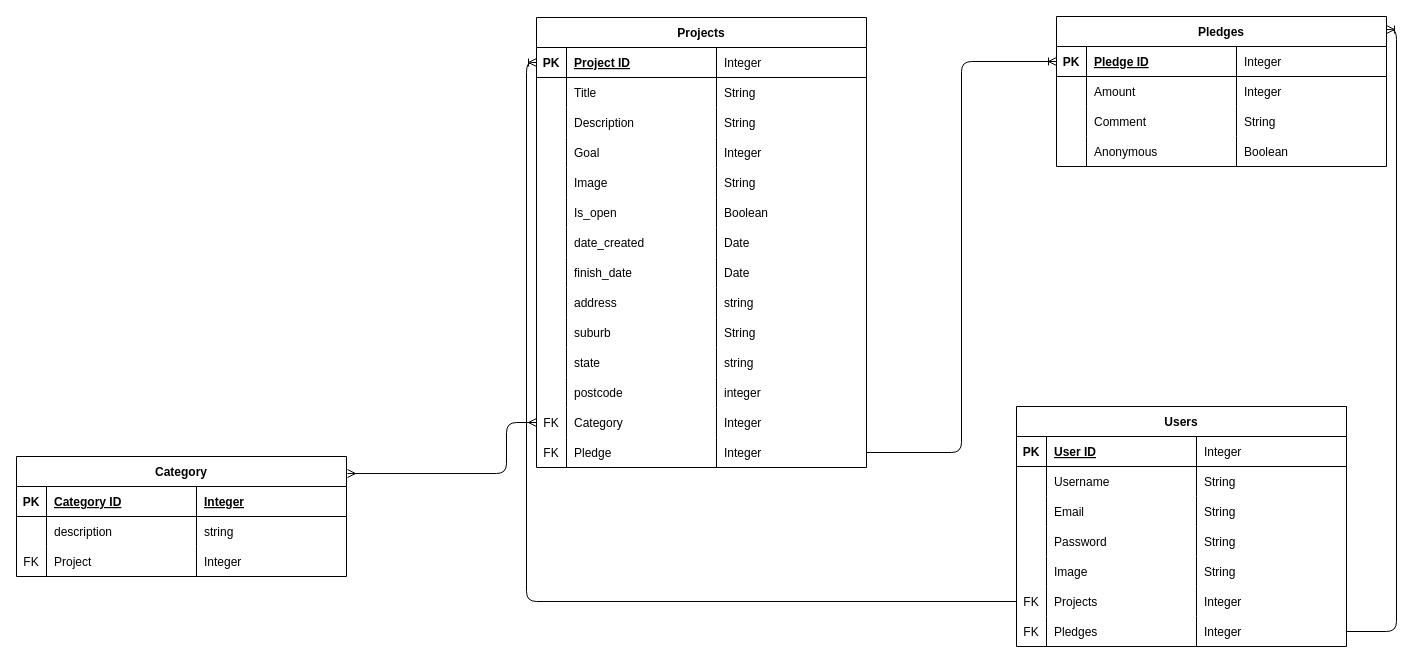
Earlier version of the draw.io diagram crowdfunding/sprout.drawio (ambo-n/crowdfunding_back_end). Source tidied: cells renumbered, new cells numbered last; positions are measured from the earlier drawing's top-left corner, leaving out a move shared by most shapes. Both pictures are drawn from the tidied source at 100%, with x=0, y=0 at pixel (16, 16).
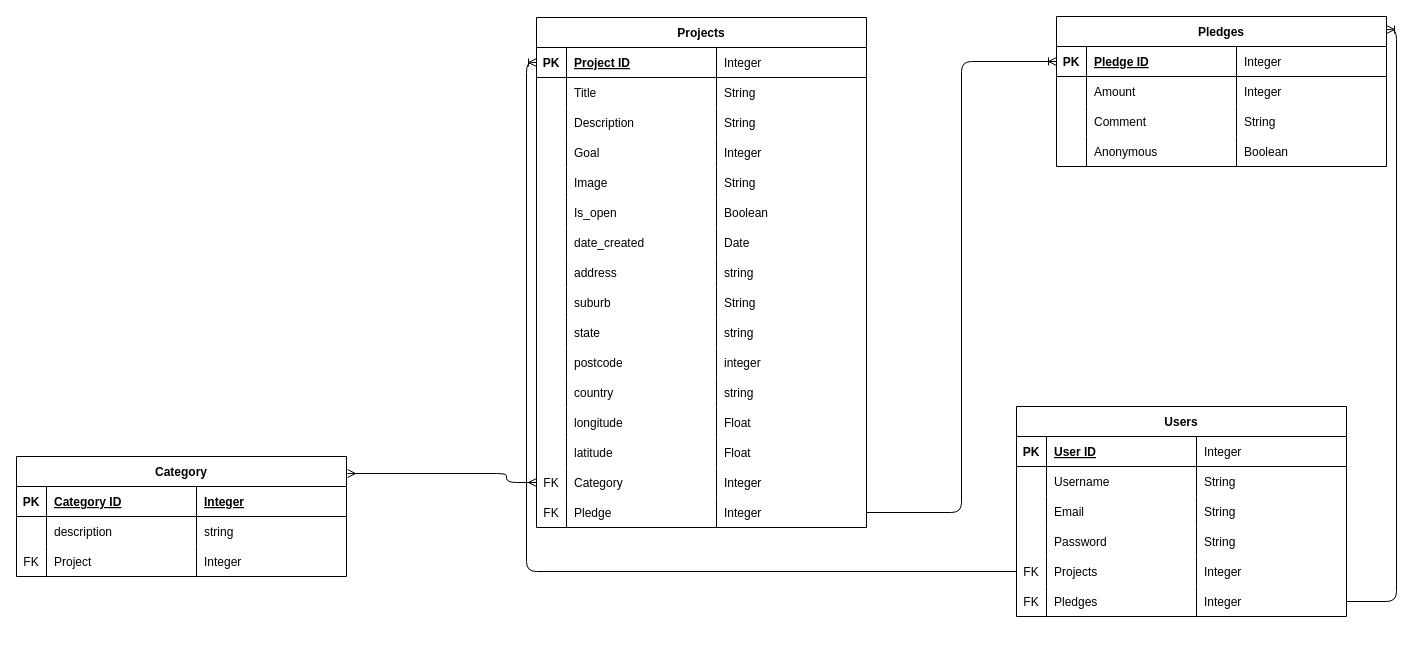
Above is the later version.

The edit, as a diff of the source:
```diff
@@
     <mxCell id="2" value="Projects" style="shape=table;startSize=30;childLayout=tableLayout;rowLines=0;fontStyle=1;align=center;" parent="1" vertex="1">
-      <mxGeometry x="520" y="1" width="330" height="450" as="geometry" />
+      <mxGeometry x="520" y="1" width="330" height="510" as="geometry" />
     </mxCell>
@@
-    <mxCell id="31" style="shape=tableRow;horizontal=0;startSize=0;swimlaneHead=0;swimlaneBody=0;fillColor=none;top=0;left=0;right=0;bottom=0;" parent="2" vertex="1">
-      <mxGeometry y="240" width="330" height="30" as="geometry" />
-    </mxCell>
-    <mxCell id="32" style="shape=partialRectangle;fillColor=none;top=0;left=0;bottom=0;right=0;overflow=hidden;" parent="31" vertex="1">
-      <mxGeometry width="30" height="30" as="geometry" />
-    </mxCell>
-    <mxCell id="33" value="finish_date" style="shape=partialRectangle;fillColor=none;top=0;left=0;bottom=0;right=0;align=left;spacingLeft=6;overflow=hidden;" parent="31" vertex="1">
-      <mxGeometry x="30" width="150" height="30" as="geometry" />
-    </mxCell>
-    <mxCell id="34" value="Date" style="shape=partialRectangle;fillColor=none;top=0;left=0;bottom=0;right=0;align=left;spacingLeft=6;overflow=hidden;" parent="31" vertex="1">
-      <mxGeometry x="180" width="150" height="30" as="geometry" />
-    </mxCell>
     <mxCell id="35" style="shape=tableRow;horizontal=0;startSize=0;swimlaneHead=0;swimlaneBody=0;fillColor=none;top=0;left=0;right=0;bottom=0;" parent="2" vertex="1">
-      <mxGeometry y="270" width="330" height="30" as="geometry" />
+      <mxGeometry y="240" width="330" height="30" as="geometry" />
     </mxCell>
@@
     <mxCell id="39" style="shape=tableRow;horizontal=0;startSize=0;swimlaneHead=0;swimlaneBody=0;fillColor=none;top=0;left=0;right=0;bottom=0;" parent="2" vertex="1">
-      <mxGeometry y="300" width="330" height="30" as="geometry" />
+      <mxGeometry y="270" width="330" height="30" as="geometry" />
     </mxCell>
@@
     <mxCell id="43" style="shape=tableRow;horizontal=0;startSize=0;swimlaneHead=0;swimlaneBody=0;fillColor=none;top=0;left=0;right=0;bottom=0;" parent="2" vertex="1">
-      <mxGeometry y="330" width="330" height="30" as="geometry" />
+      <mxGeometry y="300" width="330" height="30" as="geometry" />
     </mxCell>
@@
     <mxCell id="47" style="shape=tableRow;horizontal=0;startSize=0;swimlaneHead=0;swimlaneBody=0;fillColor=none;top=0;left=0;right=0;bottom=0;" parent="2" vertex="1">
-      <mxGeometry y="360" width="330" height="30" as="geometry" />
+      <mxGeometry y="330" width="330" height="30" as="geometry" />
     </mxCell>
@@
+    <mxCell id="122" style="shape=tableRow;horizontal=0;startSize=0;swimlaneHead=0;swimlaneBody=0;fillColor=none;top=0;left=0;right=0;bottom=0;" parent="2" vertex="1">
+      <mxGeometry y="360" width="330" height="30" as="geometry" />
+    </mxCell>
+    <mxCell id="123" style="shape=partialRectangle;fillColor=none;top=0;left=0;bottom=0;right=0;overflow=hidden;" parent="122" vertex="1">
+      <mxGeometry width="30" height="30" as="geometry" />
+    </mxCell>
+    <mxCell id="124" value="country" style="shape=partialRectangle;fillColor=none;top=0;left=0;bottom=0;right=0;align=left;spacingLeft=6;overflow=hidden;" parent="122" vertex="1">
+      <mxGeometry x="30" width="150" height="30" as="geometry" />
+    </mxCell>
+    <mxCell id="125" value="string" style="shape=partialRectangle;fillColor=none;top=0;left=0;bottom=0;right=0;align=left;spacingLeft=6;overflow=hidden;" parent="122" vertex="1">
+      <mxGeometry x="180" width="150" height="30" as="geometry" />
+    </mxCell>
+    <mxCell id="126" style="shape=tableRow;horizontal=0;startSize=0;swimlaneHead=0;swimlaneBody=0;fillColor=none;top=0;left=0;right=0;bottom=0;" parent="2" vertex="1">
+      <mxGeometry y="390" width="330" height="30" as="geometry" />
+    </mxCell>
+    <mxCell id="127" style="shape=partialRectangle;fillColor=none;top=0;left=0;bottom=0;right=0;overflow=hidden;" parent="126" vertex="1">
+      <mxGeometry width="30" height="30" as="geometry" />
+    </mxCell>
+    <mxCell id="128" value="longitude" style="shape=partialRectangle;fillColor=none;top=0;left=0;bottom=0;right=0;align=left;spacingLeft=6;overflow=hidden;" parent="126" vertex="1">
+      <mxGeometry x="30" width="150" height="30" as="geometry" />
+    </mxCell>
+    <mxCell id="129" value="Float" style="shape=partialRectangle;fillColor=none;top=0;left=0;bottom=0;right=0;align=left;spacingLeft=6;overflow=hidden;" parent="126" vertex="1">
+      <mxGeometry x="180" width="150" height="30" as="geometry" />
+    </mxCell>
+    <mxCell id="130" style="shape=tableRow;horizontal=0;startSize=0;swimlaneHead=0;swimlaneBody=0;fillColor=none;top=0;left=0;right=0;bottom=0;" parent="2" vertex="1">
+      <mxGeometry y="420" width="330" height="30" as="geometry" />
+    </mxCell>
+    <mxCell id="131" style="shape=partialRectangle;fillColor=none;top=0;left=0;bottom=0;right=0;overflow=hidden;" parent="130" vertex="1">
+      <mxGeometry width="30" height="30" as="geometry" />
+    </mxCell>
+    <mxCell id="132" value="latitude" style="shape=partialRectangle;fillColor=none;top=0;left=0;bottom=0;right=0;align=left;spacingLeft=6;overflow=hidden;" parent="130" vertex="1">
+      <mxGeometry x="30" width="150" height="30" as="geometry" />
+    </mxCell>
+    <mxCell id="133" value="Float" style="shape=partialRectangle;fillColor=none;top=0;left=0;bottom=0;right=0;align=left;spacingLeft=6;overflow=hidden;" parent="130" vertex="1">
+      <mxGeometry x="180" width="150" height="30" as="geometry" />
+    </mxCell>
     <mxCell id="51" style="shape=tableRow;horizontal=0;startSize=0;swimlaneHead=0;swimlaneBody=0;fillColor=none;points=[[0,0.5],[1,0.5]];portConstraint=eastwest;top=0;left=0;right=0;bottom=0;" parent="2" vertex="1">
-      <mxGeometry y="390" width="330" height="30" as="geometry" />
+      <mxGeometry y="450" width="330" height="30" as="geometry" />
     </mxCell>
@@
     <mxCell id="55" style="shape=tableRow;horizontal=0;startSize=0;swimlaneHead=0;swimlaneBody=0;fillColor=none;points=[[0,0.5],[1,0.5]];portConstraint=eastwest;top=0;left=0;right=0;bottom=0;" parent="2" vertex="1">
-      <mxGeometry y="420" width="330" height="30" as="geometry" />
+      <mxGeometry y="480" width="330" height="30" as="geometry" />
     </mxCell>
@@
     <mxCell id="76" value="Users" style="shape=table;startSize=30;childLayout=tableLayout;rowLines=0;fontStyle=1;align=center;" parent="1" vertex="1">
-      <mxGeometry x="1000" y="390" width="330" height="240" as="geometry" />
+      <mxGeometry x="1000" y="390" width="330" height="210" as="geometry" />
     </mxCell>
@@
-    <mxCell id="93" style="shape=tableRow;horizontal=0;startSize=0;swimlaneHead=0;swimlaneBody=0;fillColor=none;top=0;left=0;right=0;bottom=0;" parent="76" vertex="1">
-      <mxGeometry y="150" width="330" height="30" as="geometry" />
-    </mxCell>
-    <mxCell id="94" style="shape=partialRectangle;fillColor=none;top=0;left=0;bottom=0;right=0;overflow=hidden;" parent="93" vertex="1">
-      <mxGeometry width="30" height="30" as="geometry" />
-    </mxCell>
-    <mxCell id="95" value="Image" style="shape=partialRectangle;fillColor=none;top=0;left=0;bottom=0;right=0;align=left;spacingLeft=6;overflow=hidden;" parent="93" vertex="1">
-      <mxGeometry x="30" width="150" height="30" as="geometry" />
-    </mxCell>
-    <mxCell id="96" value="String" style="shape=partialRectangle;fillColor=none;top=0;left=0;bottom=0;right=0;align=left;spacingLeft=6;overflow=hidden;" parent="93" vertex="1">
-      <mxGeometry x="180" width="150" height="30" as="geometry" />
-    </mxCell>
     <mxCell id="97" style="shape=tableRow;horizontal=0;startSize=0;swimlaneHead=0;swimlaneBody=0;fillColor=none;points=[[0,0.5],[1,0.5]];portConstraint=eastwest;top=0;left=0;right=0;bottom=0;" parent="76" vertex="1">
-      <mxGeometry y="180" width="330" height="30" as="geometry" />
+      <mxGeometry y="150" width="330" height="30" as="geometry" />
     </mxCell>
@@
     <mxCell id="101" style="shape=tableRow;horizontal=0;startSize=0;swimlaneHead=0;swimlaneBody=0;fillColor=none;points=[[0,0.5],[1,0.5]];portConstraint=eastwest;top=0;left=0;right=0;bottom=0;" parent="76" vertex="1">
-      <mxGeometry y="210" width="330" height="30" as="geometry" />
+      <mxGeometry y="180" width="330" height="30" as="geometry" />
     </mxCell>
```
